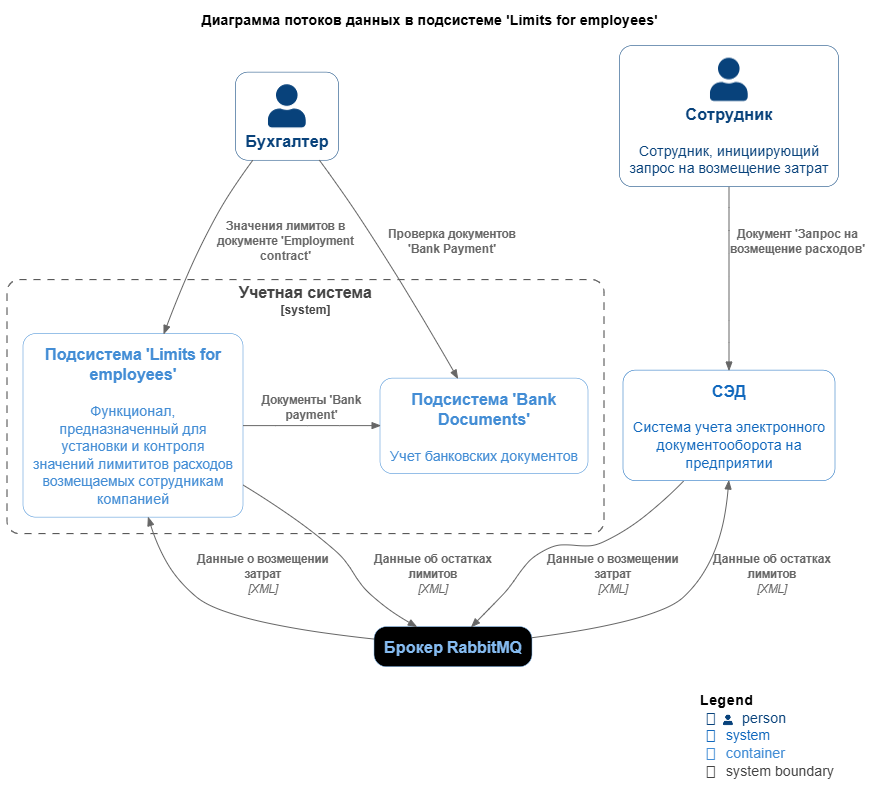
sser81/ProjectWork keeps this PlantUML diagram as doc/C4_Потоки данных.png. Above is the earlier version. Its source is kept beside it as doc/C4_Потоки данных.puml.
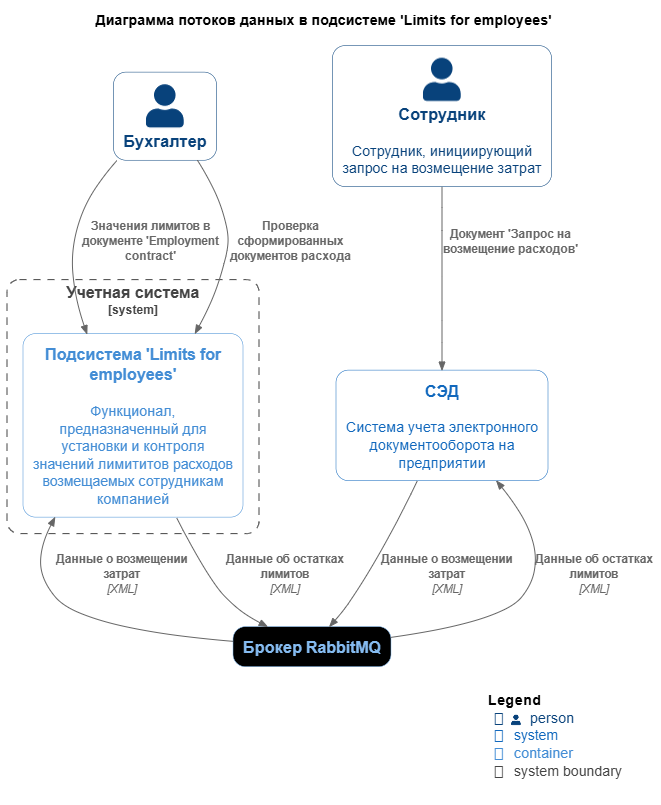
The same file after the commit.

Diff of the diagram source:
```diff
@@ -11,20 +11,17 @@
 
 System_Boundary(Accounting, "Учетная система"){
     Container(LimitsForEmployees, "Подсистема 'Limits for employees'", "", "Функционал, предназначенный для установки и контроля значений лимититов расходов возмещаемых сотрудникам компанией")
-    Container(BankDocuments, "Подсистема 'Bank Documents'", "", "Учет банковских документов")
 }
 System(Docflow,"СЭД", "Система учета электронного документооборота на предприятии")
 Component(RMQ, "Брокер RabbitMQ")
 
 Rel(Accounter, LimitsForEmployees, "Значения лимитов в документе 'Employment contract'")
-Rel(Accounter, BankDocuments, "Проверка документов 'Bank Payment'")
+Rel(Accounter, LimitsForEmployees, "Проверка сформированных документов расхода")
 
 Rel(Employee, Docflow, "Документ 'Запрос на возмещение расходов'")
 
 Rel_U(RMQ, LimitsForEmployees, "Данные о возмещении затрат", XML)
 Rel_D(LimitsForEmployees, RMQ, "Данные об остатках лимитов", XML)
-
-Rel_R(LimitsForEmployees, BankDocuments, "Документы 'Bank payment'")
 
 Rel_D(Docflow, RMQ, "Данные о возмещении затрат", XML)
 Rel_U(RMQ, Docflow, "Данные об остатках лимитов", XML)
```
